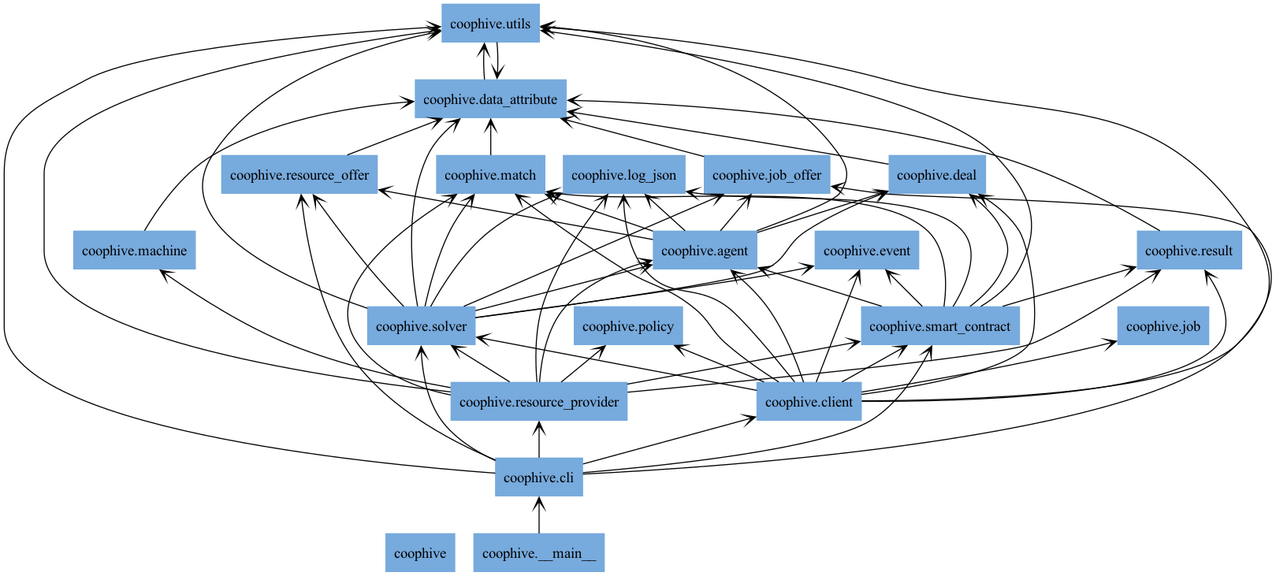
The Graphviz diagram docs/img/packages_coophive.png in CoopHive/Apiary, before a commit. Its source is kept beside it as docs/img/packages_coophive.dot.
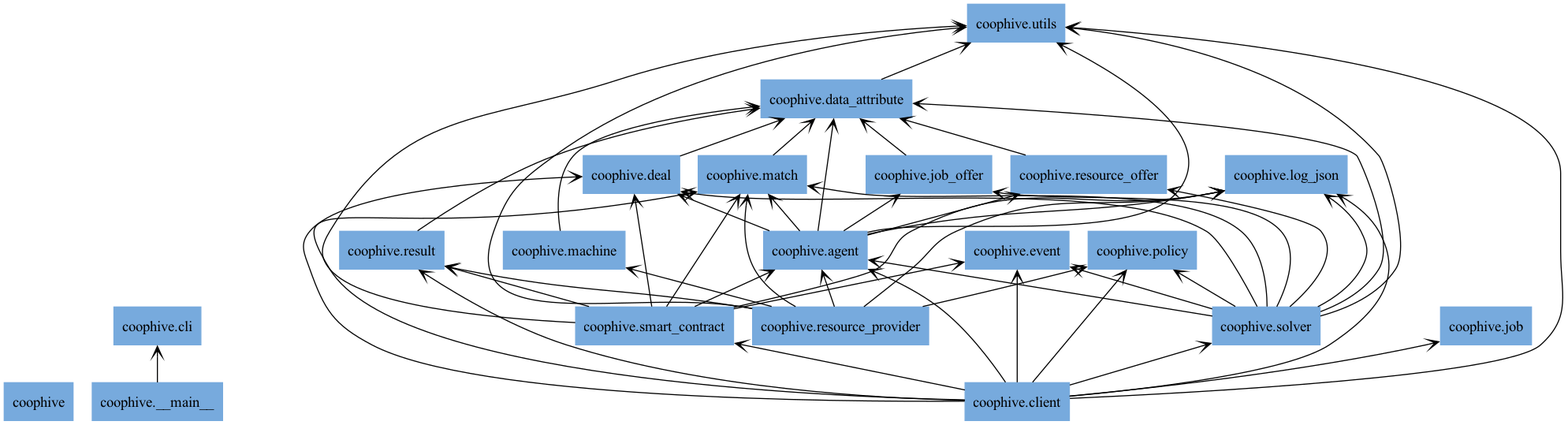
The same file after the commit.

Commit message:
fix: client and solver api as agent

Change to the diagram source:
```diff
@@ -22,19 +22,13 @@
 "coophive.solver" [color="#77AADD", label=<coophive.solver>, shape="box", style="filled"];
 "coophive.utils" [color="#77AADD", label=<coophive.utils>, shape="box", style="filled"];
 "coophive.__main__" -> "coophive.cli" [arrowhead="open", arrowtail="none"];
+"coophive.agent" -> "coophive.data_attribute" [arrowhead="open", arrowtail="none"];
 "coophive.agent" -> "coophive.deal" [arrowhead="open", arrowtail="none"];
 "coophive.agent" -> "coophive.job_offer" [arrowhead="open", arrowtail="none"];
 "coophive.agent" -> "coophive.log_json" [arrowhead="open", arrowtail="none"];
 "coophive.agent" -> "coophive.match" [arrowhead="open", arrowtail="none"];
 "coophive.agent" -> "coophive.resource_offer" [arrowhead="open", arrowtail="none"];
 "coophive.agent" -> "coophive.utils" [arrowhead="open", arrowtail="none"];
-"coophive.cli" -> "coophive.client" [arrowhead="open", arrowtail="none"];
-"coophive.cli" -> "coophive.job_offer" [arrowhead="open", arrowtail="none"];
-"coophive.cli" -> "coophive.resource_offer" [arrowhead="open", arrowtail="none"];
-"coophive.cli" -> "coophive.resource_provider" [arrowhead="open", arrowtail="none"];
-"coophive.cli" -> "coophive.smart_contract" [arrowhead="open", arrowtail="none"];
-"coophive.cli" -> "coophive.solver" [arrowhead="open", arrowtail="none"];
-"coophive.cli" -> "coophive.utils" [arrowhead="open", arrowtail="none"];
 "coophive.client" -> "coophive.agent" [arrowhead="open", arrowtail="none"];
 "coophive.client" -> "coophive.deal" [arrowhead="open", arrowtail="none"];
 "coophive.client" -> "coophive.event" [arrowhead="open", arrowtail="none"];
@@ -58,8 +52,6 @@
 "coophive.resource_provider" -> "coophive.match" [arrowhead="open", arrowtail="none"];
 "coophive.resource_provider" -> "coophive.policy" [arrowhead="open", arrowtail="none"];
 "coophive.resource_provider" -> "coophive.result" [arrowhead="open", arrowtail="none"];
-"coophive.resource_provider" -> "coophive.smart_contract" [arrowhead="open", arrowtail="none"];
-"coophive.resource_provider" -> "coophive.solver" [arrowhead="open", arrowtail="none"];
 "coophive.resource_provider" -> "coophive.utils" [arrowhead="open", arrowtail="none"];
 "coophive.result" -> "coophive.data_attribute" [arrowhead="open", arrowtail="none"];
 "coophive.smart_contract" -> "coophive.agent" [arrowhead="open", arrowtail="none"];
@@ -76,7 +68,7 @@
 "coophive.solver" -> "coophive.job_offer" [arrowhead="open", arrowtail="none"];
 "coophive.solver" -> "coophive.log_json" [arrowhead="open", arrowtail="none"];
 "coophive.solver" -> "coophive.match" [arrowhead="open", arrowtail="none"];
+"coophive.solver" -> "coophive.policy" [arrowhead="open", arrowtail="none"];
 "coophive.solver" -> "coophive.resource_offer" [arrowhead="open", arrowtail="none"];
 "coophive.solver" -> "coophive.utils" [arrowhead="open", arrowtail="none"];
-"coophive.utils" -> "coophive.data_attribute" [arrowhead="open", arrowtail="none"];
 }
```
